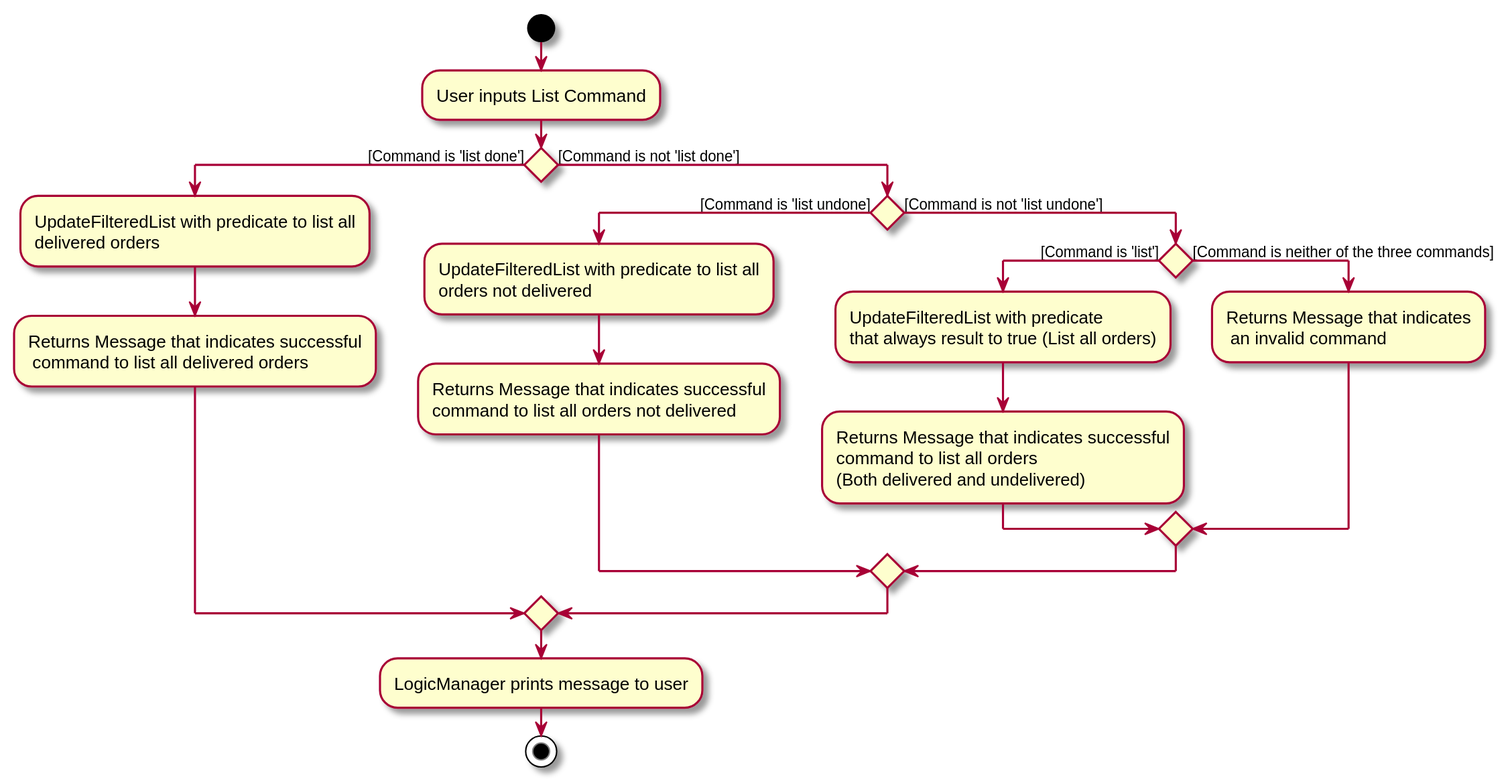
The PlantUML diagram docs/images/ListActivityDiagram.svg in nus-cs2103-AY1920S2/addressbook-level3, before a commit.
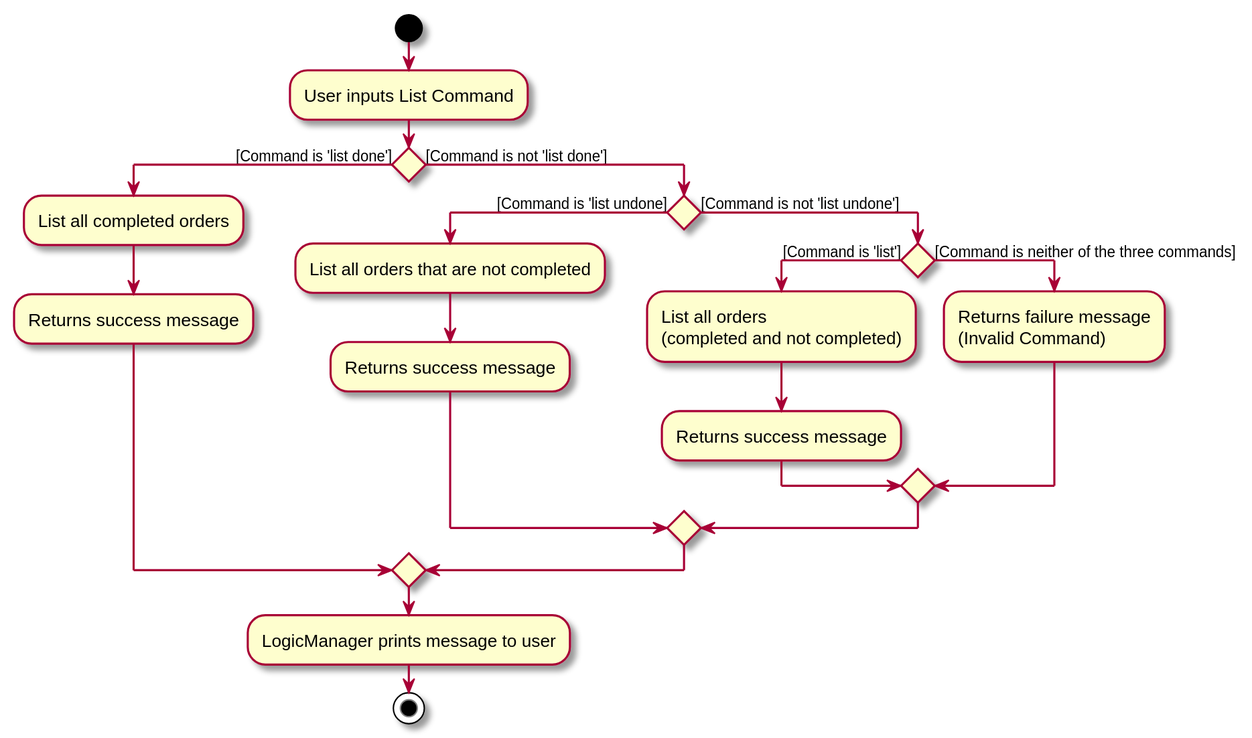
The same diagram one commit later.

What changed in the source:
```diff
@@ -3,26 +3,20 @@
 :User inputs List Command;
 
 If () then ([Command is 'list done'])
-    :UpdateFilteredList with predicate to list all
-    delivered orders;
-    :Returns Message that indicates successful
-     command to list all delivered orders;
+    :List all completed orders;
+    :Returns success message;
 else ([Command is not 'list done'])
     If () then ([Command is 'list undone])
-        :UpdateFilteredList with predicate to list all
-        orders not delivered;
-        :Returns Message that indicates successful
-        command to list all orders not delivered;
+        :List all orders that are not completed;
+        :Returns success message;
         else ([Command is not 'list undone'])
             If () then ([Command is 'list'])
-                :UpdateFilteredList with predicate
-                that always result to true (List all orders);
-                :Returns Message that indicates successful
-                command to list all orders
-                (Both delivered and undelivered);
+                :List all orders
+                (completed and not completed);
+                :Returns success message;
             else ([Command is neither of the three commands])
-                :Returns Message that indicates
-                 an invalid command;
+                :Returns failure message
+                (Invalid Command);
 
         endif
 endif
```
